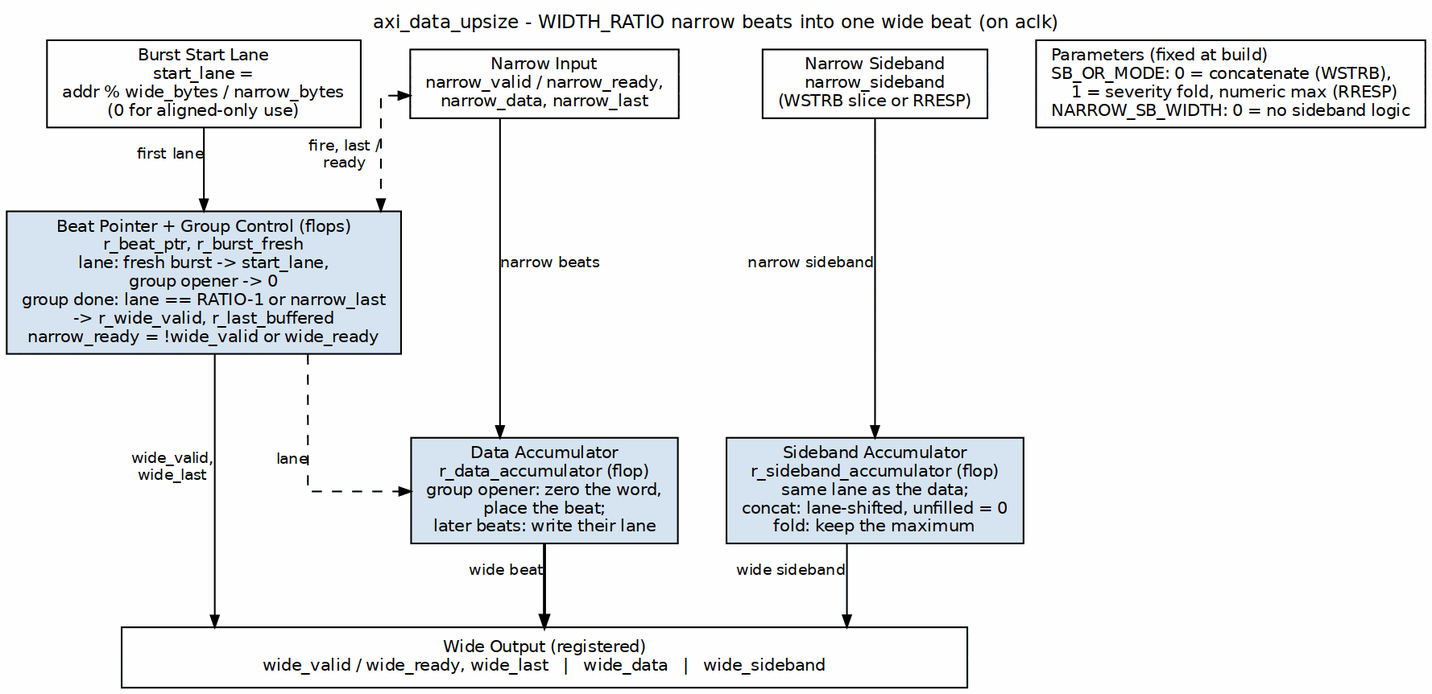
Above: projects/components/utility-ip/converters/docs/converter_mas/assets/graphviz/axi_data_upsize.png in sean-galloway/RTLDesignSherpa (Graphviz), before the change. Its source is kept beside it as projects/components/utility-ip/converters/docs/converter_mas/assets/graphviz/axi_data_upsize.dot. The source it was exported from:
```dot
digraph axi_data_upsize {
    graph [rankdir=TB, bgcolor="white", fontname="Helvetica", fontsize=11,
           nodesep="0.40", ranksep="0.70", splines=ortho, newrank=true,
           labelloc=t, labeljust=c];
    node  [fontname="Helvetica", fontsize=10, shape=box, style=filled,
           fillcolor="#D6E4F0", color="black", margin="0.12,0.06"];
    edge  [fontname="Helvetica", fontsize=9, color="black", arrowsize=0.7];
    label="axi_data_upsize - WIDTH_RATIO narrow beats into one wide beat (on aclk)";

    lane_in [label="Burst Start Lane\nstart_lane =\naddr % wide_bytes / narrow_bytes\n(0 for aligned-only use)", fillcolor="white", group=L];
    nin     [label="Narrow Input\nnarrow_valid / narrow_ready,\nnarrow_data, narrow_last", fillcolor="white", group=C];
    sbin    [label="Narrow Sideband\nnarrow_sideband\n(WSTRB slice or RRESP)", fillcolor="white", group=R];
    leg     [label="Parameters (fixed at build)\lSB_OR_MODE: 0 = concatenate (WSTRB),\l    1 = severity fold, numeric max (RRESP)\lNARROW_SB_WIDTH: 0 = no sideband logic\l", fillcolor="white", group=X];

    ptr  [label="Beat Pointer + Group Control (flops)\nr_beat_ptr, r_burst_fresh\nlane: fresh burst -> start_lane,\ngroup opener -> 0\ngroup done: lane == RATIO-1 or narrow_last\n-> r_wide_valid, r_last_buffered\nnarrow_ready = !wide_valid or wide_ready", group=L];
    dacc [label="Data Accumulator\nr_data_accumulator (flop)\ngroup opener: zero the word,\nplace the beat;\nlater beats: write their lane", group=C];
    sacc [label="Sideband Accumulator\nr_sideband_accumulator (flop)\nsame lane as the data;\nconcat: lane-shifted, unfilled = 0\nfold: keep the maximum", group=R];

    bar  [label="Wide Output (registered)\nwide_valid / wide_ready, wide_last   |   wide_data   |   wide_sideband",
          fillcolor="white", width=7.0];

    nin  -> dacc [xlabel="narrow beats"];
    sbin -> sacc [xlabel="narrow sideband"];
    dacc -> bar  [xlabel="wide beat", penwidth=1.8];
    sacc -> bar  [xlabel="wide sideband"];

    lane_in -> ptr  [xlabel="first lane"];
    nin  -> ptr  [style=dashed, dir=both, xlabel="fire, last /\nready"];
    ptr  -> dacc [style=dashed, xlabel="lane"];
    ptr  -> bar  [xlabel="wide_valid,\nwide_last"];

    { rank=same; lane_in; nin; sbin; }
    { rank=same; dacc; sacc; }
    lane_in -> nin -> sbin [style=invis];
    { rank=same; sbin; leg; }
    sbin -> leg [style=invis];
    nin -> dacc [style=invis, minlen=2];
}
```
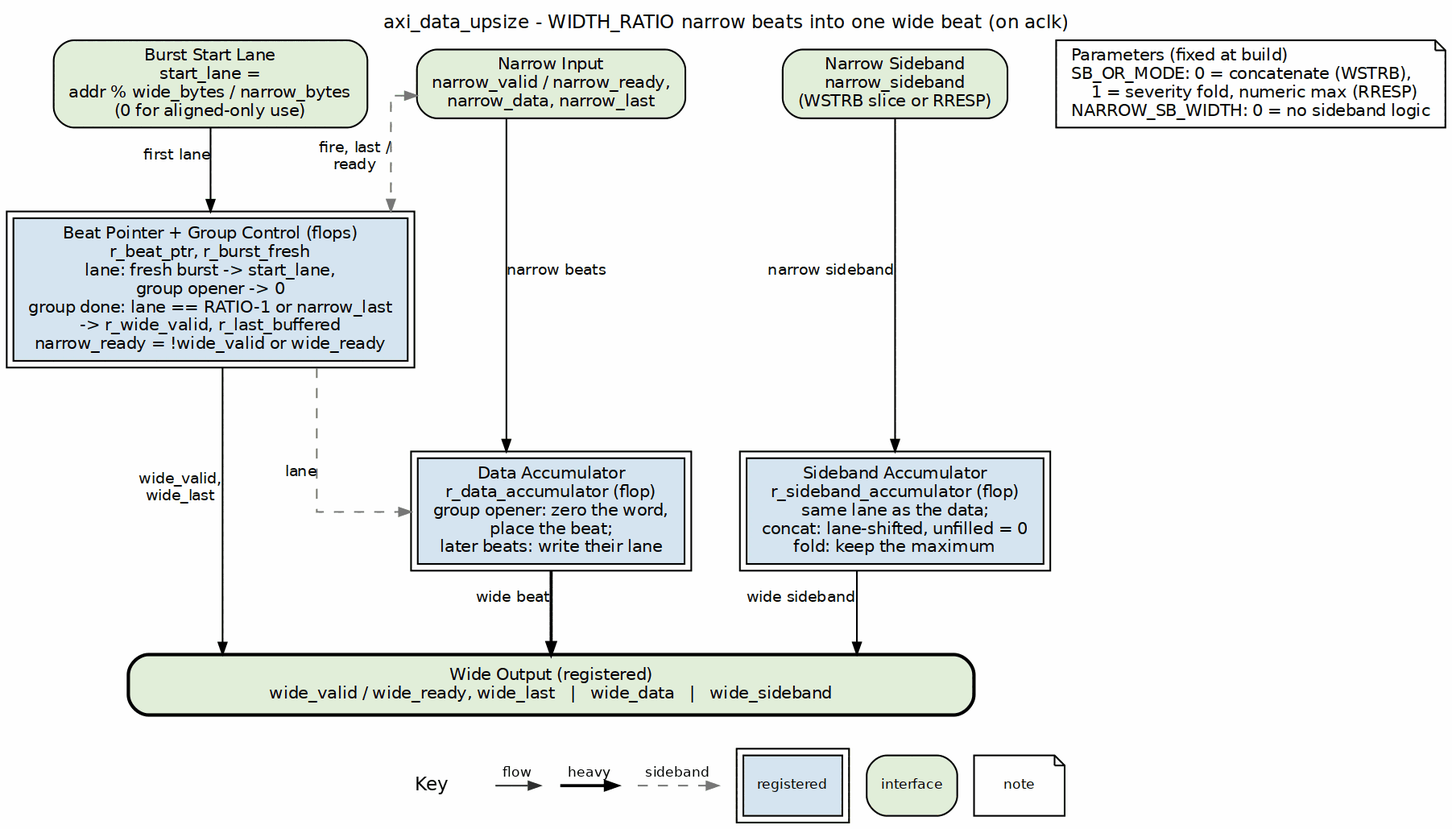
Later version of the same file.

Change to the diagram source:
```diff
@@ -3,21 +3,21 @@
            nodesep="0.40", ranksep="0.70", splines=ortho, newrank=true,
            labelloc=t, labeljust=c];
     node  [fontname="Helvetica", fontsize=10, shape=box, style=filled,
-           fillcolor="#D6E4F0", color="black", margin="0.12,0.06"];
+           fillcolor="white", color="black", margin="0.12,0.06"];
     edge  [fontname="Helvetica", fontsize=9, color="black", arrowsize=0.7];
     label="axi_data_upsize - WIDTH_RATIO narrow beats into one wide beat (on aclk)";
 
-    lane_in [label="Burst Start Lane\nstart_lane =\naddr % wide_bytes / narrow_bytes\n(0 for aligned-only use)", fillcolor="white", group=L];
-    nin     [label="Narrow Input\nnarrow_valid / narrow_ready,\nnarrow_data, narrow_last", fillcolor="white", group=C];
-    sbin    [label="Narrow Sideband\nnarrow_sideband\n(WSTRB slice or RRESP)", fillcolor="white", group=R];
-    leg     [label="Parameters (fixed at build)\lSB_OR_MODE: 0 = concatenate (WSTRB),\l    1 = severity fold, numeric max (RRESP)\lNARROW_SB_WIDTH: 0 = no sideband logic\l", fillcolor="white", group=X];
+    lane_in [label="Burst Start Lane\nstart_lane =\naddr % wide_bytes / narrow_bytes\n(0 for aligned-only use)", fillcolor="white", group=L, style="rounded,filled", fillcolor="#E2EFDA"];
+    nin     [label="Narrow Input\nnarrow_valid / narrow_ready,\nnarrow_data, narrow_last", fillcolor="white", group=C, style="rounded,filled", fillcolor="#E2EFDA"];
+    sbin    [label="Narrow Sideband\nnarrow_sideband\n(WSTRB slice or RRESP)", fillcolor="white", group=R, style="rounded,filled", fillcolor="#E2EFDA"];
+    leg     [label="Parameters (fixed at build)\lSB_OR_MODE: 0 = concatenate (WSTRB),\l    1 = severity fold, numeric max (RRESP)\lNARROW_SB_WIDTH: 0 = no sideband logic\l", fillcolor="white", group=X, shape=note];
 
-    ptr  [label="Beat Pointer + Group Control (flops)\nr_beat_ptr, r_burst_fresh\nlane: fresh burst -> start_lane,\ngroup opener -> 0\ngroup done: lane == RATIO-1 or narrow_last\n-> r_wide_valid, r_last_buffered\nnarrow_ready = !wide_valid or wide_ready", group=L];
-    dacc [label="Data Accumulator\nr_data_accumulator (flop)\ngroup opener: zero the word,\nplace the beat;\nlater beats: write their lane", group=C];
-    sacc [label="Sideband Accumulator\nr_sideband_accumulator (flop)\nsame lane as the data;\nconcat: lane-shifted, unfilled = 0\nfold: keep the maximum", group=R];
+    ptr  [label="Beat Pointer + Group Control (flops)\nr_beat_ptr, r_burst_fresh\nlane: fresh burst -> start_lane,\ngroup opener -> 0\ngroup done: lane == RATIO-1 or narrow_last\n-> r_wide_valid, r_last_buffered\nnarrow_ready = !wide_valid or wide_ready", group=L, peripheries=2, style="filled", fillcolor="#D6E4F0"];
+    dacc [label="Data Accumulator\nr_data_accumulator (flop)\ngroup opener: zero the word,\nplace the beat;\nlater beats: write their lane", group=C, peripheries=2, style="filled", fillcolor="#D6E4F0"];
+    sacc [label="Sideband Accumulator\nr_sideband_accumulator (flop)\nsame lane as the data;\nconcat: lane-shifted, unfilled = 0\nfold: keep the maximum", group=R, peripheries=2, style="filled", fillcolor="#D6E4F0"];
 
     bar  [label="Wide Output (registered)\nwide_valid / wide_ready, wide_last   |   wide_data   |   wide_sideband",
-          fillcolor="white", width=7.0];
+          fillcolor="white", width=7.0, style="rounded,filled,bold", fillcolor="#E2EFDA"];
 
     nin  -> dacc [xlabel="narrow beats"];
     sbin -> sacc [xlabel="narrow sideband"];
@@ -25,8 +25,8 @@
     sacc -> bar  [xlabel="wide sideband"];
 
     lane_in -> ptr  [xlabel="first lane"];
-    nin  -> ptr  [style=dashed, dir=both, xlabel="fire, last /\nready"];
-    ptr  -> dacc [style=dashed, xlabel="lane"];
+    nin  -> ptr  [style=dashed, color="#777777", dir=both, xlabel="fire, last /\nready"];
+    ptr  -> dacc [style=dashed, color="#777777", xlabel="lane"];
     ptr  -> bar  [xlabel="wide_valid,\nwide_last"];
 
     { rank=same; lane_in; nin; sbin; }
```
